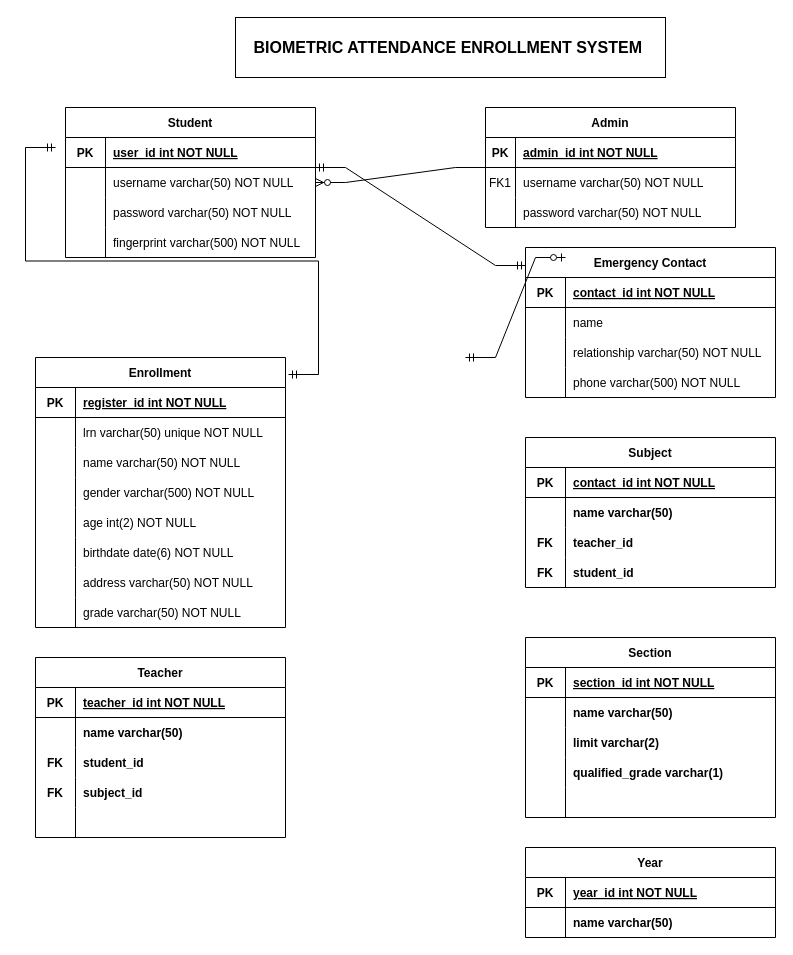
Before: Untitled Diagram.drawio in rangerisrael/idraw, a draw.io diagram. Source tidied: cells renumbered, new cells numbered last; positions are measured from the earlier drawing's top-left corner, leaving out a move shared by most shapes. Both pictures are drawn from the tidied source at 100%, with x=0, y=0 at pixel (35, 17).
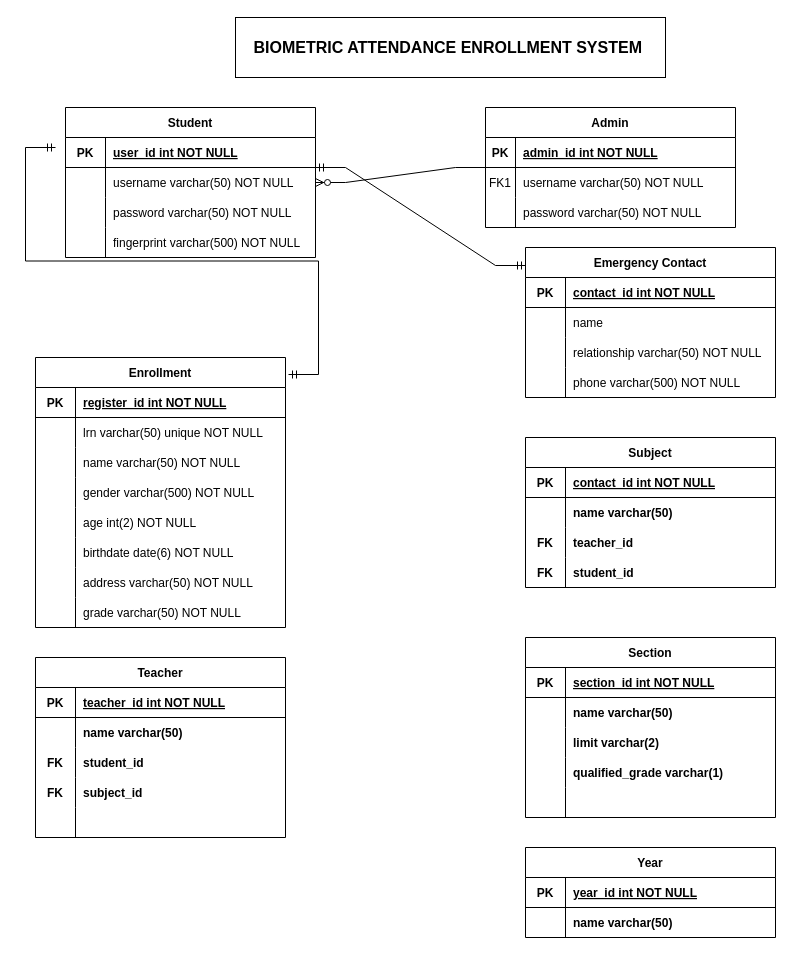
After the change.

Change to the diagram source:
```diff
@@
-    <mxCell id="112" style="edgeStyle=entityRelationEdgeStyle;fontSize=12;html=1;endArrow=ERzeroToOne;startArrow=ERmandOne;rounded=0;" parent="1" edge="1">
-      <mxGeometry relative="1" as="geometry">
-        <mxPoint x="430" y="340" as="sourcePoint" />
-        <mxPoint x="530" y="240" as="targetPoint" />
-      </mxGeometry>
-    </mxCell>
```
